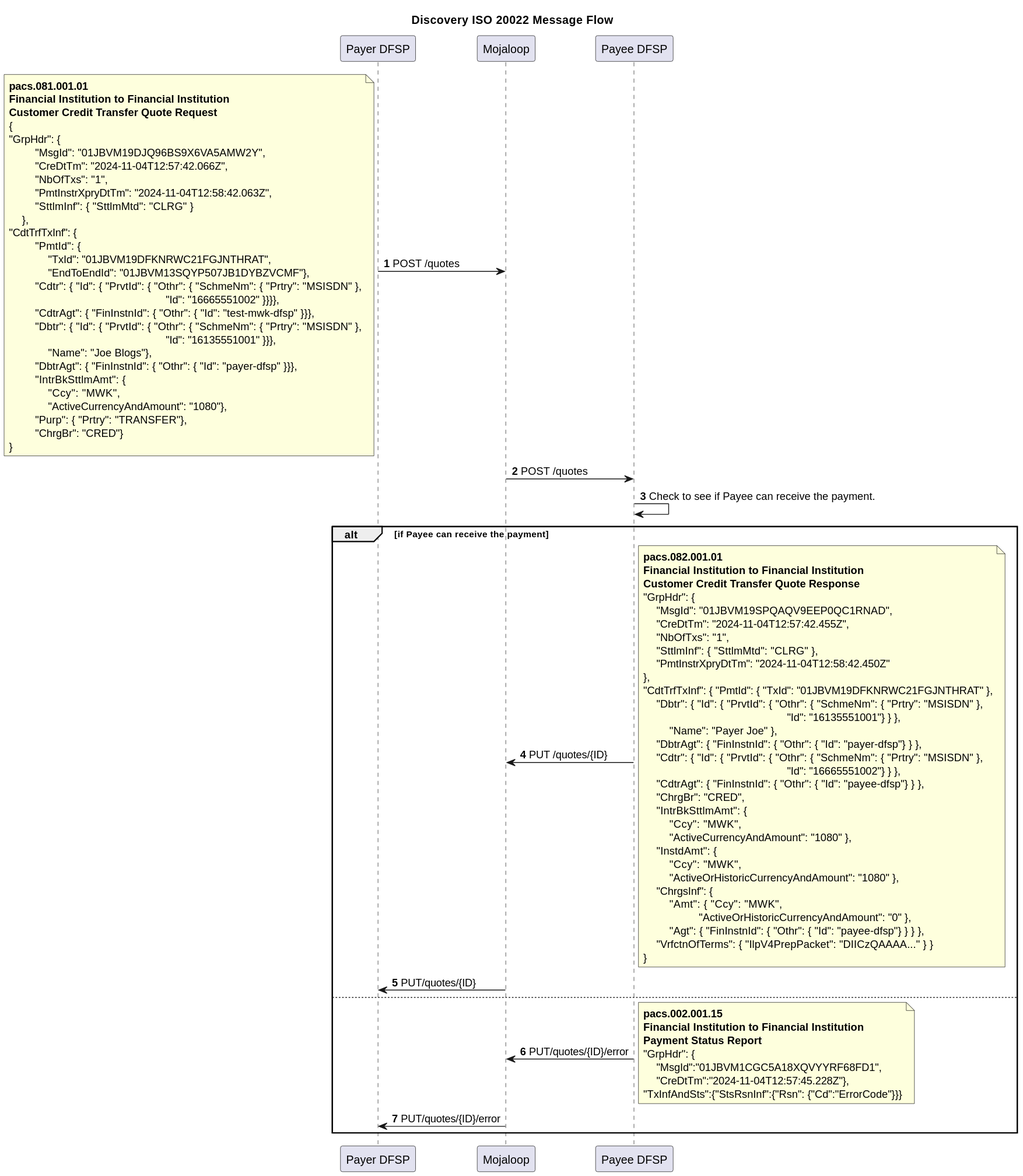
Before: Workstream documents/MarketPracticeDoc/SequenceDiagrams/Agreement.svg, a diagram exported from PlantUML (mojaloop/iso-20022-docs).
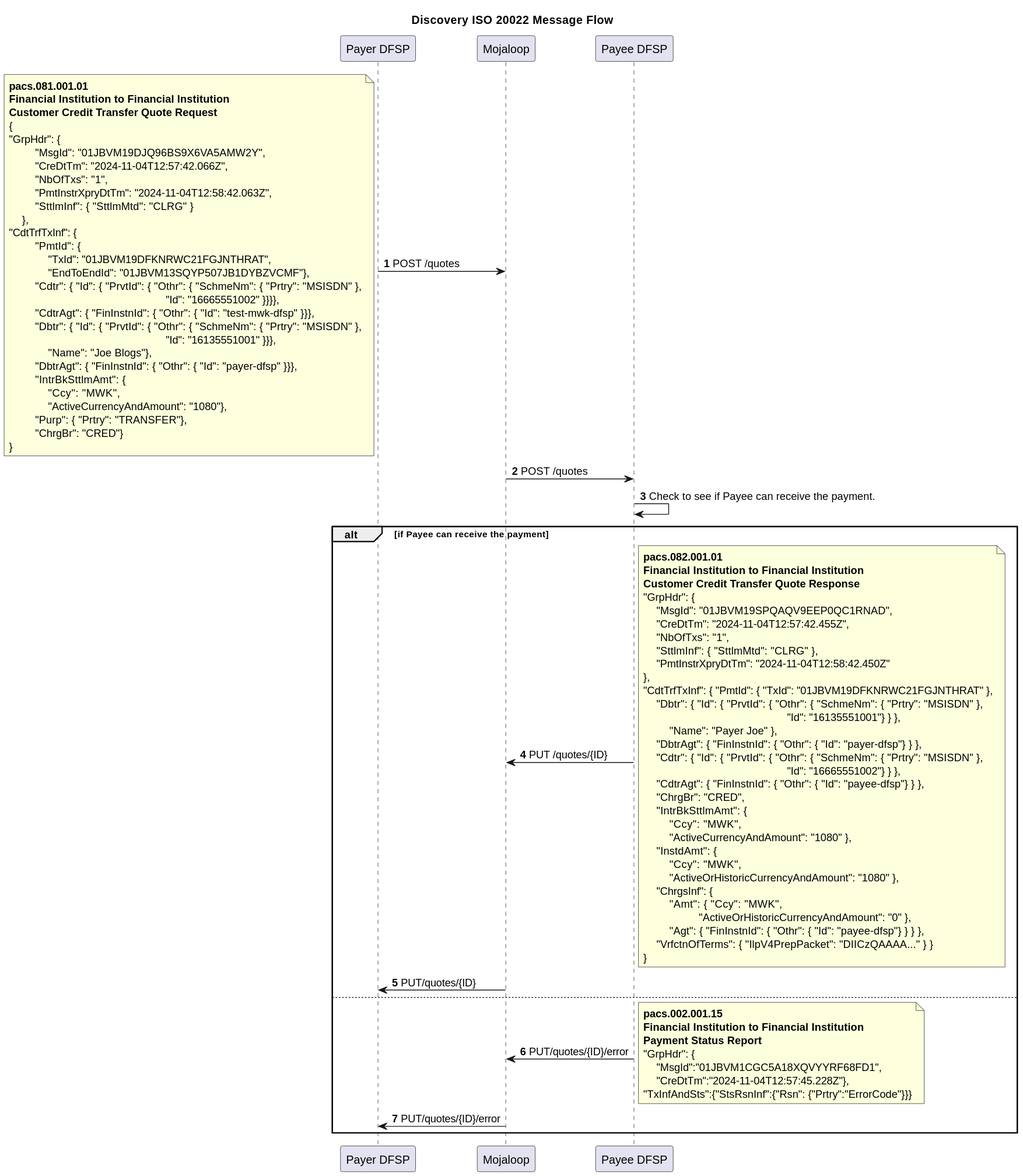
Later version of the same file.

Diff of the diagram source:
```diff
@@ -1,5 +1,4 @@
 @startuml
-
 Title Discovery ISO 20022 Message Flow
 participant PayerDFSP as "Payer DFSP"
 participant Mojaloop as "Mojaloop"
@@ -87,10 +86,9 @@
 "GrpHdr": {
     "MsgId":"01JBVM1CGC5A18XQVYYRF68FD1",
     "CreDtTm":"2024-11-04T12:57:45.228Z"},
-"TxInfAndSts":{"StsRsnInf":{"Rsn": {"Cd":"ErrorCode"}}}
+"TxInfAndSts":{"StsRsnInf":{"Rsn": {"Prtry":"ErrorCode"}}}
 end note
 Mojaloop -> PayerDFSP: PUT/quotes/{ID}/error
 
 end
-
 @enduml
```
